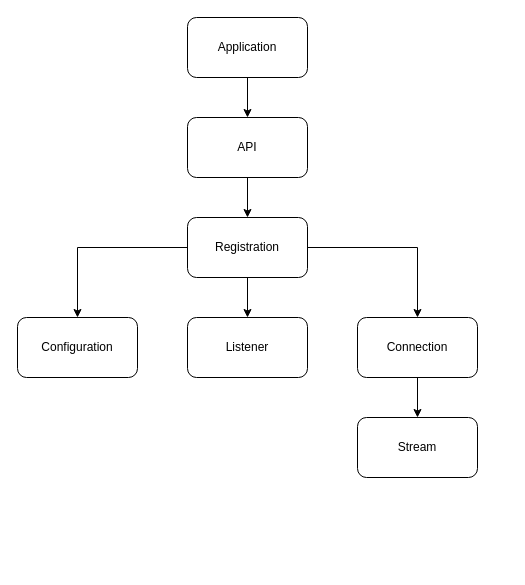
Earlier version of the draw.io diagram images/msquic_architecture.drawio (davidenberg/quic_thesis). Source tidied: cells renumbered, new cells numbered last; positions are measured from the earlier drawing's top-left corner, leaving out a move shared by most shapes. Both pictures are drawn from the tidied source at 100%, with x=0, y=0 at pixel (17, 17).
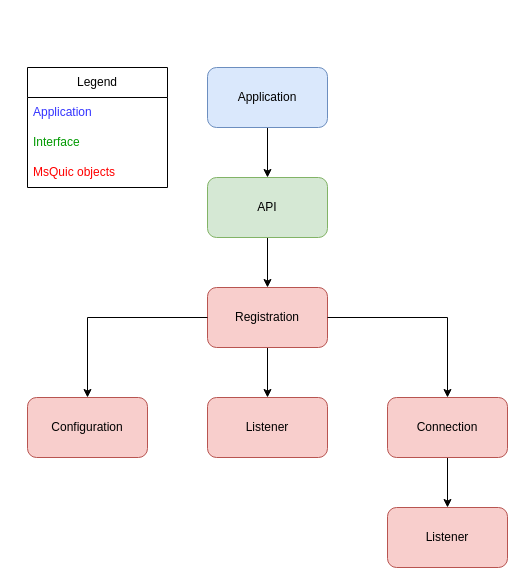
Above is the later version.

Diff of the diagram source:
```diff
@@
-    <mxCell id="2" style="edgeStyle=orthogonalEdgeStyle;rounded=0;jettySize=auto;html=1;" parent="1" edge="1" source="3" target="5">
-      <mxGeometry relative="1" as="geometry" />
-    </mxCell>
-    <mxCell id="3" value="Application" style="rounded=1;whiteSpace=wrap;html=1;" parent="1" vertex="1">
-      <mxGeometry x="170" width="120" height="60" as="geometry" />
-    </mxCell>
+    <mxCell id="15" style="edgeStyle=orthogonalEdgeStyle;rounded=0;jettySize=auto;html=1;" parent="1" edge="1" source="16" target="5">
+      <mxGeometry relative="1" as="geometry" />
+    </mxCell>
+    <mxCell id="16" value="Application" style="rounded=1;whiteSpace=wrap;html=1;fillColor=#dae8fc;strokeColor=#6c8ebf;" parent="1" vertex="1">
+      <mxGeometry x="190" y="50" width="120" height="60" as="geometry" />
+    </mxCell>
@@
-    <mxCell id="5" value="API" style="rounded=1;whiteSpace=wrap;html=1;" parent="1" vertex="1">
-      <mxGeometry x="170" y="100" width="120" height="60" as="geometry" />
+    <mxCell id="5" value="&lt;div&gt;API&lt;/div&gt;" style="rounded=1;whiteSpace=wrap;html=1;fillColor=#d5e8d4;strokeColor=#82b366;" parent="1" vertex="1">
+      <mxGeometry x="190" y="160" width="120" height="60" as="geometry" />
     </mxCell>
-    <mxCell id="6" style="edgeStyle=orthogonalEdgeStyle;rounded=0;jettySize=auto;html=1;" parent="1" edge="1" source="9" target="10">
-      <mxGeometry relative="1" as="geometry" />
-    </mxCell>
+    <mxCell id="17" style="edgeStyle=orthogonalEdgeStyle;rounded=0;jettySize=auto;html=1;" parent="1" edge="1" source="9" target="18">
+      <mxGeometry relative="1" as="geometry" />
+    </mxCell>
+    <mxCell id="9" value="Registration" style="rounded=1;whiteSpace=wrap;html=1;fillColor=#f8cecc;strokeColor=#b85450;" parent="1" vertex="1">
+      <mxGeometry x="190" y="270" width="120" height="60" as="geometry" />
+    </mxCell>
+    <mxCell id="18" value="Listener" style="rounded=1;whiteSpace=wrap;html=1;fillColor=#f8cecc;strokeColor=#b85450;" parent="1" vertex="1">
+      <mxGeometry x="190" y="380" width="120" height="60" as="geometry" />
+    </mxCell>
+    <mxCell id="11" value="Configuration" style="rounded=1;whiteSpace=wrap;html=1;fillColor=#f8cecc;strokeColor=#b85450;" parent="1" vertex="1">
+      <mxGeometry x="10" y="380" width="120" height="60" as="geometry" />
+    </mxCell>
+    <mxCell id="19" style="edgeStyle=orthogonalEdgeStyle;rounded=0;jettySize=auto;html=1;" parent="1" edge="1" source="13" target="20">
+      <mxGeometry relative="1" as="geometry" />
+    </mxCell>
+    <mxCell id="13" value="Connection" style="rounded=1;whiteSpace=wrap;html=1;fillColor=#f8cecc;strokeColor=#b85450;" parent="1" vertex="1">
+      <mxGeometry x="370" y="380" width="120" height="60" as="geometry" />
+    </mxCell>
+    <mxCell id="20" value="Listener" style="rounded=1;whiteSpace=wrap;html=1;fillColor=#f8cecc;strokeColor=#b85450;" parent="1" vertex="1">
+      <mxGeometry x="370" y="490" width="120" height="60" as="geometry" />
+    </mxCell>
-    <mxCell id="7" style="edgeStyle=orthogonalEdgeStyle;rounded=0;jettySize=auto;html=1;exitX=0;exitY=0.5;exitDx=0;exitDy=0;entryX=0.5;entryY=0;entryDx=0;entryDy=0;" parent="1" edge="1" source="9" target="11">
-      <mxGeometry relative="1" as="geometry" />
+    <mxCell id="7" style="endArrow=classic;html=1;rounded=0;exitX=0;exitY=0.5;exitDx=0;exitDy=0;entryX=0.5;entryY=0;entryDx=0;entryDy=0;" parent="1" edge="1" source="9" target="11">
+      <mxGeometry relative="1" as="geometry">
+        <Array as="points">
+          <mxPoint x="70" y="300" />
+        </Array>
+      </mxGeometry>
     </mxCell>
-    <mxCell id="8" style="edgeStyle=orthogonalEdgeStyle;rounded=0;jettySize=auto;html=1;exitX=1;exitY=0.5;exitDx=0;exitDy=0;entryX=0.5;entryY=0;entryDx=0;entryDy=0;" parent="1" edge="1" source="9" target="13">
-      <mxGeometry relative="1" as="geometry" />
+    <mxCell id="8" style="endArrow=classic;html=1;rounded=0;exitX=1;exitY=0.5;exitDx=0;exitDy=0;entryX=0.5;entryY=0;entryDx=0;entryDy=0;" parent="1" edge="1" source="9" target="13">
+      <mxGeometry relative="1" as="geometry">
+        <Array as="points">
+          <mxPoint x="430" y="300" />
+        </Array>
+      </mxGeometry>
     </mxCell>
-    <mxCell id="9" value="Registration" style="rounded=1;whiteSpace=wrap;html=1;" parent="1" vertex="1">
-      <mxGeometry x="170" y="200" width="120" height="60" as="geometry" />
-    </mxCell>
-    <mxCell id="10" value="Listener" style="rounded=1;whiteSpace=wrap;html=1;" parent="1" vertex="1">
-      <mxGeometry x="170" y="300" width="120" height="60" as="geometry" />
-    </mxCell>
-    <mxCell id="11" value="Configuration" style="rounded=1;whiteSpace=wrap;html=1;" parent="1" vertex="1">
-      <mxGeometry y="300" width="120" height="60" as="geometry" />
-    </mxCell>
-    <mxCell id="12" style="edgeStyle=orthogonalEdgeStyle;rounded=0;jettySize=auto;html=1;" parent="1" edge="1" source="13" target="14">
-      <mxGeometry relative="1" as="geometry" />
-    </mxCell>
-    <mxCell id="13" value="Connection" style="rounded=1;whiteSpace=wrap;html=1;" parent="1" vertex="1">
-      <mxGeometry x="340" y="300" width="120" height="60" as="geometry" />
-    </mxCell>
-    <mxCell id="14" value="Stream" style="rounded=1;whiteSpace=wrap;html=1;" parent="1" vertex="1">
-      <mxGeometry x="340" y="400" width="120" height="60" as="geometry" />
-    </mxCell>
+    <mxCell id="21" value="Legend" style="swimlane;fontStyle=0;horizontal=1;startSize=30;whiteSpace=wrap;html=1;" parent="1" vertex="1">
+      <mxGeometry x="10" y="50" width="140" height="120" as="geometry" />
+    </mxCell>
+    <mxCell id="22" value="&lt;span style=&quot;color: rgb(51, 51, 255);&quot;&gt;Application&lt;/span&gt;" style="text;strokeColor=none;fillColor=none;align=left;verticalAlign=middle;spacingLeft=4;spacingRight=4;overflow=hidden;whiteSpace=wrap;html=1;" parent="21" vertex="1">
+      <mxGeometry y="30" width="140" height="30" as="geometry" />
+    </mxCell>
+    <mxCell id="23" value="&lt;span style=&quot;color: rgb(0, 153, 0);&quot;&gt;Interface&lt;/span&gt;" style="text;strokeColor=none;fillColor=none;align=left;verticalAlign=middle;spacingLeft=4;spacingRight=4;overflow=hidden;whiteSpace=wrap;html=1;" parent="21" vertex="1">
+      <mxGeometry y="60" width="140" height="30" as="geometry" />
+    </mxCell>
+    <mxCell id="24" value="&lt;span style=&quot;color: rgb(255, 0, 0);&quot;&gt;MsQuic objects&lt;/span&gt;" style="text;strokeColor=none;fillColor=none;align=left;verticalAlign=middle;spacingLeft=4;spacingRight=4;overflow=hidden;whiteSpace=wrap;html=1;" parent="21" vertex="1">
+      <mxGeometry y="90" width="140" height="30" as="geometry" />
+    </mxCell>
```
